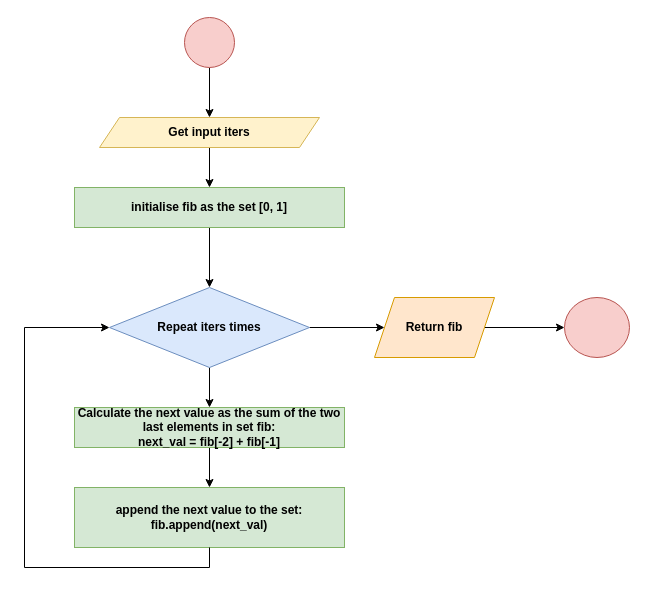
This is Programming/Extra Exercises/img/fibonacci.drawio from ffraile/computer_science_tutorials, a draw.io file, before an edit. Source tidied: cells renumbered, new cells numbered last; positions are measured from the earlier drawing's top-left corner, leaving out a move shared by most shapes. Both pictures are drawn from the tidied source at 100%, with x=0, y=0 at pixel (24, 17).
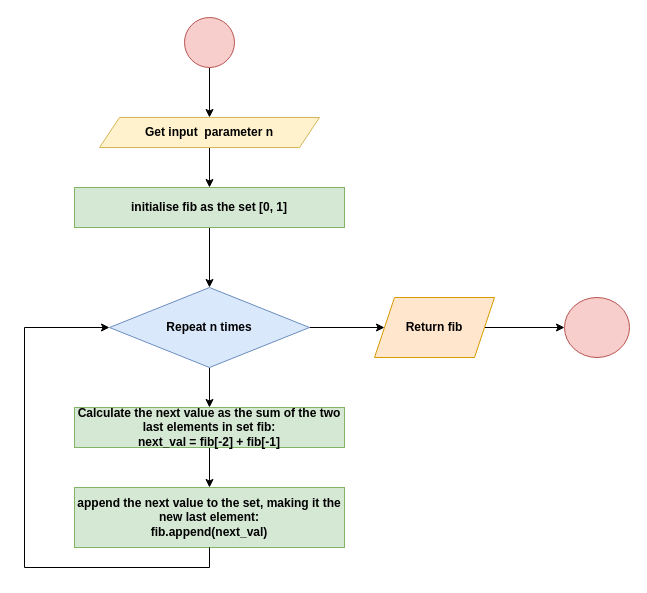
Above is the later version.

Change to the diagram source:
```diff
@@
 <mxGraphModel>
   <root>
     <mxCell id="0" />
     <mxCell id="1" parent="0" />
     <mxCell id="2" style="edgeStyle=orthogonalEdgeStyle;rounded=0;jettySize=auto;html=1;" parent="1" edge="1" source="3" target="5">
       <mxGeometry relative="1" as="geometry" />
     </mxCell>
     <mxCell id="3" style="ellipse;whiteSpace=wrap;html=1;fillColor=#f8cecc;strokeColor=#b85450;" parent="1" vertex="1">
       <mxGeometry x="160" width="50" height="50" as="geometry" />
     </mxCell>
     <mxCell id="4" style="edgeStyle=orthogonalEdgeStyle;rounded=0;jettySize=auto;html=1;entryX=0.5;entryY=0;entryDx=0;entryDy=0;" parent="1" edge="1" source="5" target="14">
       <mxGeometry relative="1" as="geometry" />
     </mxCell>
-    <mxCell id="5" value="Get input iters" style="shape=parallelogram;perimeter=parallelogramPerimeter;whiteSpace=wrap;html=1;fixedSize=1;fillColor=#fff2cc;strokeColor=#d6b656;fontStyle=1;" parent="1" vertex="1">
+    <mxCell id="5" value="Get input&amp;nbsp; parameter n" style="shape=parallelogram;perimeter=parallelogramPerimeter;whiteSpace=wrap;html=1;fixedSize=1;fillColor=#fff2cc;strokeColor=#d6b656;fontStyle=1;" parent="1" vertex="1">
       <mxGeometry x="75" y="100" width="220" height="30" as="geometry" />
     </mxCell>
     <mxCell id="6" style="edgeStyle=orthogonalEdgeStyle;rounded=0;jettySize=auto;html=1;" parent="1" edge="1" source="8" target="10">
       <mxGeometry relative="1" as="geometry" />
     </mxCell>
     <mxCell id="7" style="edgeStyle=orthogonalEdgeStyle;rounded=0;jettySize=auto;html=1;" parent="1" edge="1" source="8" target="17">
       <mxGeometry relative="1" as="geometry" />
     </mxCell>
-    <mxCell id="8" value="Repeat iters times" style="rhombus;whiteSpace=wrap;html=1;fillColor=#dae8fc;strokeColor=#6c8ebf;fontStyle=1;" parent="1" vertex="1">
+    <mxCell id="8" value="Repeat n times" style="rhombus;whiteSpace=wrap;html=1;fillColor=#dae8fc;strokeColor=#6c8ebf;fontStyle=1;" parent="1" vertex="1">
       <mxGeometry x="85" y="270" width="200" height="80" as="geometry" />
     </mxCell>
     <mxCell id="9" style="edgeStyle=orthogonalEdgeStyle;rounded=0;jettySize=auto;html=1;" parent="1" edge="1" source="10" target="11">
       <mxGeometry relative="1" as="geometry" />
     </mxCell>
     <mxCell id="10" value="Calculate the next value as the sum of the two last elements in set fib:&lt;br&gt;next_val = fib[-2] + fib[-1]" style="rounded=0;whiteSpace=wrap;html=1;fillColor=#d5e8d4;strokeColor=#82b366;fontStyle=1;" parent="1" vertex="1">
       <mxGeometry x="50" y="390" width="270" height="40" as="geometry" />
     </mxCell>
-    <mxCell id="11" value="append the next value to the set:&lt;br&gt;fib.append(next_val)" style="rounded=0;whiteSpace=wrap;html=1;fillColor=#d5e8d4;strokeColor=#82b366;fontStyle=1;" parent="1" vertex="1">
+    <mxCell id="11" value="append the next value to the set, making it the new last element:&lt;br&gt;fib.append(next_val)" style="rounded=0;whiteSpace=wrap;html=1;fillColor=#d5e8d4;strokeColor=#82b366;fontStyle=1;" parent="1" vertex="1">
       <mxGeometry x="50" y="470" width="270" height="60" as="geometry" />
     </mxCell>
     <mxCell id="12" style="endArrow=classic;html=1;rounded=0;exitX=0.5;exitY=1;exitDx=0;exitDy=0;entryX=0;entryY=0.5;entryDx=0;entryDy=0;edgeStyle=orthogonalEdgeStyle;" parent="1" edge="1" source="11" target="8">
       <mxGeometry relative="1" as="geometry">
         <Array as="points">
           <mxPoint x="185" y="550" />
           <mxPoint y="550" />
           <mxPoint y="310" />
         </Array>
       </mxGeometry>
     </mxCell>
     <mxCell id="13" style="edgeStyle=orthogonalEdgeStyle;rounded=0;jettySize=auto;html=1;" parent="1" edge="1" source="14" target="8">
       <mxGeometry relative="1" as="geometry" />
     </mxCell>
     <mxCell id="14" value="initialise fib as the set [0, 1]" style="rounded=0;whiteSpace=wrap;html=1;fillColor=#d5e8d4;strokeColor=#82b366;fontStyle=1;" parent="1" vertex="1">
       <mxGeometry x="50" y="170" width="270" height="40" as="geometry" />
     </mxCell>
     <mxCell id="15" style="ellipse;whiteSpace=wrap;html=1;fontStyle=1;strokeColor=#b85450;fillColor=#f8cecc;" parent="1" vertex="1">
       <mxGeometry x="540" y="280" width="65" height="60" as="geometry" />
     </mxCell>
     <mxCell id="16" style="edgeStyle=orthogonalEdgeStyle;rounded=0;jettySize=auto;html=1;" parent="1" edge="1" source="17" target="15">
       <mxGeometry relative="1" as="geometry" />
     </mxCell>
     <mxCell id="17" value="Return fib" style="shape=parallelogram;perimeter=parallelogramPerimeter;whiteSpace=wrap;html=1;fixedSize=1;fontStyle=1;strokeColor=#d79b00;fillColor=#ffe6cc;" parent="1" vertex="1">
       <mxGeometry x="350" y="280" width="120" height="60" as="geometry" />
     </mxCell>
   </root>
 </mxGraphModel>
```
